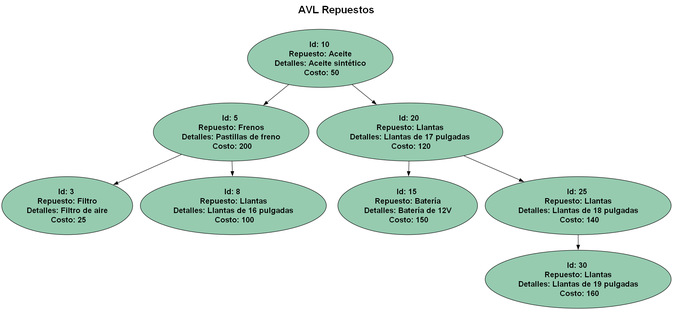
Above: Fase2/Reportes/repuestos.png in Saloj17/-EDD-1S2025_201900081 (Graphviz), before the change. Its source is kept beside it as Fase2/Reportes/repuestos.dot.
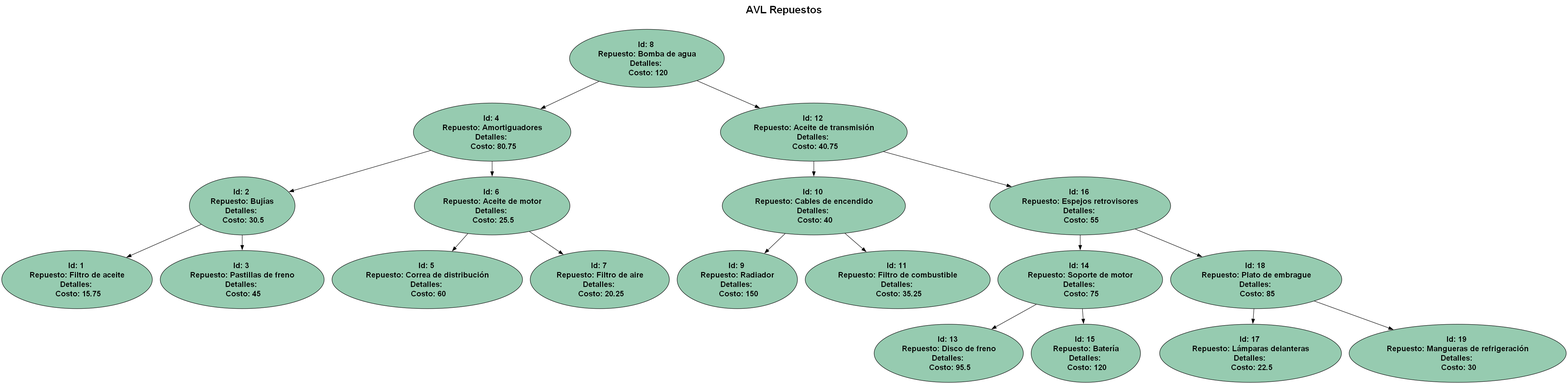
Above is the later version.

What changed in the source:
```diff
@@ -6,19 +6,41 @@
 labelloc = "t";
 fontsize = 24;
 fontname = "Helvetica-Bold";
- 10 [label="Id: 10 \n Repuesto: Aceite \n Detalles: Aceite sintético \n Costo: 50"        style="filled" fillcolor="#96cbb0" fontname="Helvetica-Bold" fontsize = 18];
-  10 -> 5;
- 5 [label="Id: 5 \n Repuesto: Frenos \n Detalles: Pastillas de freno \n Costo: 200"        style="filled" fillcolor="#96cbb0" fontname="Helvetica-Bold" fontsize = 18];
-  5 -> 3;
- 3 [label="Id: 3 \n Repuesto: Filtro \n Detalles: Filtro de aire \n Costo: 25"        style="filled" fillcolor="#96cbb0" fontname="Helvetica-Bold" fontsize = 18];
-  5 -> 8;
- 8 [label="Id: 8 \n Repuesto: Llantas \n Detalles: Llantas de 16 pulgadas \n Costo: 100"        style="filled" fillcolor="#96cbb0" fontname="Helvetica-Bold" fontsize = 18];
-  10 -> 20;
- 20 [label="Id: 20 \n Repuesto: Llantas \n Detalles: Llantas de 17 pulgadas \n Costo: 120"        style="filled" fillcolor="#96cbb0" fontname="Helvetica-Bold" fontsize = 18];
-  20 -> 15;
- 15 [label="Id: 15 \n Repuesto: Batería \n Detalles: Batería de 12V \n Costo: 150"        style="filled" fillcolor="#96cbb0" fontname="Helvetica-Bold" fontsize = 18];
-  20 -> 25;
- 25 [label="Id: 25 \n Repuesto: Llantas \n Detalles: Llantas de 18 pulgadas \n Costo: 140"        style="filled" fillcolor="#96cbb0" fontname="Helvetica-Bold" fontsize = 18];
-  25 -> 30;
- 30 [label="Id: 30 \n Repuesto: Llantas \n Detalles: Llantas de 19 pulgadas \n Costo: 160"        style="filled" fillcolor="#96cbb0" fontname="Helvetica-Bold" fontsize = 18];
+ 8 [label="Id: 8 \n Repuesto: Bomba de agua \n Detalles:  \n Costo: 120"        style="filled" fillcolor="#96cbb0" fontname="Helvetica-Bold" fontsize = 18];
+  8 -> 4;
+ 4 [label="Id: 4 \n Repuesto: Amortiguadores \n Detalles:  \n Costo: 80.75"        style="filled" fillcolor="#96cbb0" fontname="Helvetica-Bold" fontsize = 18];
+  4 -> 2;
+ 2 [label="Id: 2 \n Repuesto: Bujías \n Detalles:  \n Costo: 30.5"        style="filled" fillcolor="#96cbb0" fontname="Helvetica-Bold" fontsize = 18];
+  2 -> 1;
+ 1 [label="Id: 1 \n Repuesto: Filtro de aceite \n Detalles:  \n Costo: 15.75"        style="filled" fillcolor="#96cbb0" fontname="Helvetica-Bold" fontsize = 18];
+  2 -> 3;
+ 3 [label="Id: 3 \n Repuesto: Pastillas de freno \n Detalles:  \n Costo: 45"        style="filled" fillcolor="#96cbb0" fontname="Helvetica-Bold" fontsize = 18];
+  4 -> 6;
+ 6 [label="Id: 6 \n Repuesto: Aceite de motor \n Detalles:  \n Costo: 25.5"        style="filled" fillcolor="#96cbb0" fontname="Helvetica-Bold" fontsize = 18];
+  6 -> 5;
+ 5 [label="Id: 5 \n Repuesto: Correa de distribución \n Detalles:  \n Costo: 60"        style="filled" fillcolor="#96cbb0" fontname="Helvetica-Bold" fontsize = 18];
+  6 -> 7;
+ 7 [label="Id: 7 \n Repuesto: Filtro de aire \n Detalles:  \n Costo: 20.25"        style="filled" fillcolor="#96cbb0" fontname="Helvetica-Bold" fontsize = 18];
+  8 -> 12;
+ 12 [label="Id: 12 \n Repuesto: Aceite de transmisión \n Detalles:  \n Costo: 40.75"        style="filled" fillcolor="#96cbb0" fontname="Helvetica-Bold" fontsize = 18];
+  12 -> 10;
+ 10 [label="Id: 10 \n Repuesto: Cables de encendido \n Detalles:  \n Costo: 40"        style="filled" fillcolor="#96cbb0" fontname="Helvetica-Bold" fontsize = 18];
+  10 -> 9;
+ 9 [label="Id: 9 \n Repuesto: Radiador \n Detalles:  \n Costo: 150"        style="filled" fillcolor="#96cbb0" fontname="Helvetica-Bold" fontsize = 18];
+  10 -> 11;
+ 11 [label="Id: 11 \n Repuesto: Filtro de combustible \n Detalles:  \n Costo: 35.25"        style="filled" fillcolor="#96cbb0" fontname="Helvetica-Bold" fontsize = 18];
+  12 -> 16;
+ 16 [label="Id: 16 \n Repuesto: Espejos retrovisores \n Detalles:  \n Costo: 55"        style="filled" fillcolor="#96cbb0" fontname="Helvetica-Bold" fontsize = 18];
+  16 -> 14;
+ 14 [label="Id: 14 \n Repuesto: Soporte de motor \n Detalles:  \n Costo: 75"        style="filled" fillcolor="#96cbb0" fontname="Helvetica-Bold" fontsize = 18];
+  14 -> 13;
+ 13 [label="Id: 13 \n Repuesto: Disco de freno \n Detalles:  \n Costo: 95.5"        style="filled" fillcolor="#96cbb0" fontname="Helvetica-Bold" fontsize = 18];
+  14 -> 15;
+ 15 [label="Id: 15 \n Repuesto: Batería \n Detalles:  \n Costo: 120"        style="filled" fillcolor="#96cbb0" fontname="Helvetica-Bold" fontsize = 18];
+  16 -> 18;
+ 18 [label="Id: 18 \n Repuesto: Plato de embrague \n Detalles:  \n Costo: 85"        style="filled" fillcolor="#96cbb0" fontname="Helvetica-Bold" fontsize = 18];
+  18 -> 17;
+ 17 [label="Id: 17 \n Repuesto: Lámparas delanteras \n Detalles:  \n Costo: 22.5"        style="filled" fillcolor="#96cbb0" fontname="Helvetica-Bold" fontsize = 18];
+  18 -> 19;
+ 19 [label="Id: 19 \n Repuesto: Mangueras de refrigeración \n Detalles:  \n Costo: 30"        style="filled" fillcolor="#96cbb0" fontname="Helvetica-Bold" fontsize = 18];
 }
```
